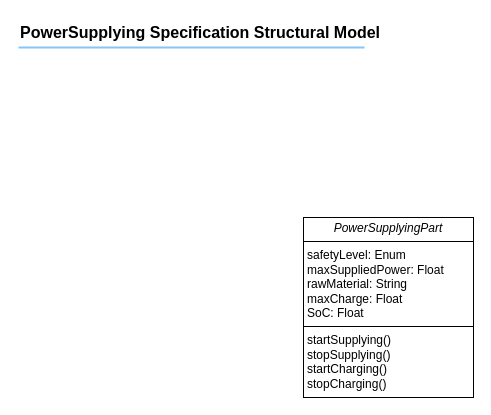
The draw.io diagram KobrA-Specification-Structural-Model-v4.drawio in Mohammad-Si/convide-A02-MVE, before the edit. Source tidied: cells renumbered, new cells numbered last; positions are measured from the earlier drawing's top-left corner, leaving out a move shared by most shapes. Both pictures are drawn from the tidied source at 100%, with x=0, y=0 at pixel (18, 17).
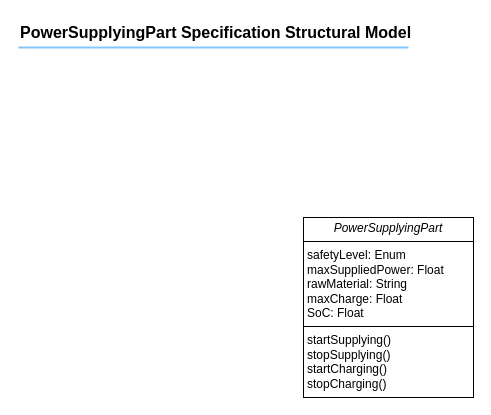
After the change.

What changed in the source:
```diff
@@
 <mxGraphModel>
   <root>
     <mxCell id="0" />
     <mxCell id="1" parent="0" />
-    <mxCell id="2" value="&lt;b&gt;PowerSupplying Specification Structural Model&lt;/b&gt;" style="text;fontSize=16;verticalAlign=middle;strokeColor=none;fillColor=none;whiteSpace=wrap;html=1;" parent="1" vertex="1">
-      <mxGeometry width="390" height="30" as="geometry" />
+    <mxCell id="2" value="&lt;b&gt;PowerSupplyingPart Specification Structural Model&lt;/b&gt;" style="text;fontSize=16;verticalAlign=middle;strokeColor=none;fillColor=none;whiteSpace=wrap;html=1;" parent="1" vertex="1">
+      <mxGeometry width="450" height="30" as="geometry" />
     </mxCell>
     <mxCell id="3" style="dashed=0;shape=line;strokeWidth=2;noLabel=1;strokeColor=#0C8CF2;opacity=50;" parent="1" vertex="1">
-      <mxGeometry y="25" width="346" height="10" as="geometry" />
+      <mxGeometry y="25" width="390" height="10" as="geometry" />
     </mxCell>
     <mxCell id="4" value="&lt;p style=&quot;margin:0px;margin-top:4px;text-align:center;&quot;&gt;&lt;i&gt;PowerSupplyingPart&lt;/i&gt;&lt;/p&gt;&lt;hr size=&quot;1&quot; style=&quot;border-style:solid;&quot;&gt;&lt;p style=&quot;margin: 0px 0px 0px 4px;&quot;&gt;&lt;span style=&quot;background-color: initial; color: light-dark(rgb(0, 0, 0), rgb(255, 255, 255));&quot;&gt;safetyLevel&lt;/span&gt;&lt;span style=&quot;background-color: initial; color: light-dark(rgb(0, 0, 0), rgb(255, 255, 255));&quot;&gt;:&lt;/span&gt;&lt;span style=&quot;background-color: initial; color: light-dark(rgb(0, 0, 0), rgb(255, 255, 255));&quot;&gt;&amp;nbsp;Enum&lt;/span&gt;&lt;/p&gt;&lt;div&gt;&lt;p style=&quot;margin: 0px 0px 0px 4px;&quot;&gt;maxSuppliedPower&lt;span style=&quot;background-color: initial;&quot;&gt;:&lt;/span&gt;&lt;span style=&quot;background-color: initial;&quot;&gt;&amp;nbsp;Float&lt;/span&gt;&lt;/p&gt;&lt;/div&gt;&lt;p style=&quot;margin: 0px 0px 0px 4px;&quot;&gt;rawMaterial&lt;span style=&quot;background-color: initial;&quot;&gt;:&lt;/span&gt;&lt;span style=&quot;background-color: initial;&quot;&gt;&amp;nbsp;String&lt;/span&gt;&lt;/p&gt;&lt;p style=&quot;margin: 0px 0px 0px 4px;&quot;&gt;maxCharge: Float&lt;/p&gt;&lt;p style=&quot;margin: 0px 0px 0px 4px;&quot;&gt;SoC: Float&lt;/p&gt;&lt;hr size=&quot;1&quot; style=&quot;border-style:solid;&quot;&gt;&lt;p style=&quot;margin:0px;margin-left:4px;&quot;&gt;startSupplying()&lt;/p&gt;&lt;p style=&quot;margin:0px;margin-left:4px;&quot;&gt;&lt;span style=&quot;background-color: transparent; color: light-dark(rgb(0, 0, 0), rgb(255, 255, 255));&quot;&gt;stopSupplying&lt;/span&gt;()&lt;/p&gt;&lt;p style=&quot;margin:0px;margin-left:4px;&quot;&gt;&lt;span style=&quot;background-color: rgb(255, 255, 255); text-align: center; text-wrap-mode: nowrap; color: light-dark(rgb(0, 0, 0), rgb(255, 255, 255));&quot;&gt;&lt;span style=&quot;background-color: transparent; color: light-dark(rgb(0, 0, 0), rgb(255, 255, 255)); text-align: left; text-wrap-mode: wrap;&quot;&gt;startCharging&lt;/span&gt;()&lt;/span&gt;&lt;/p&gt;&lt;p style=&quot;margin:0px;margin-left:4px;&quot;&gt;&lt;span style=&quot;background-color: rgb(255, 255, 255); text-align: center; text-wrap-mode: nowrap; color: light-dark(rgb(0, 0, 0), rgb(255, 255, 255));&quot;&gt;&lt;span style=&quot;text-align: left; text-wrap-mode: wrap; background-color: rgb(251, 251, 251);&quot;&gt;&lt;span style=&quot;background-color: rgb(255, 255, 255); color: light-dark(rgb(0, 0, 0), rgb(255, 255, 255));&quot;&gt;stopCharging&lt;/span&gt;()&lt;/span&gt;&lt;/span&gt;&lt;/p&gt;" style="verticalAlign=top;align=left;overflow=fill;html=1;whiteSpace=wrap;rounded=0;" parent="1" vertex="1">
       <mxGeometry x="285" y="200" width="170" height="180" as="geometry" />
     </mxCell>
   </root>
 </mxGraphModel>
```
